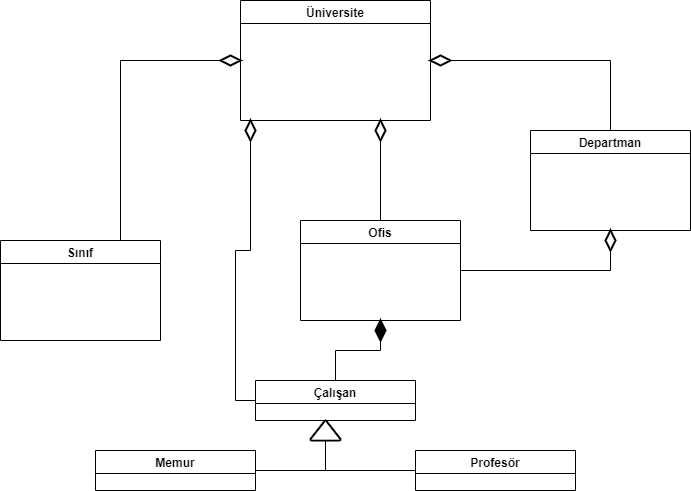
Before: UML Diyagram/Üniversite Diyagram.png, a diagram exported from draw.io (FatihAydinn/Patika-C-101). Source tidied: cells renumbered, new cells last; positions are measured from the earlier drawing's top-left corner, leaving out a move shared by most shapes. Source of this version:
```xml
<mxGraphModel background="#ffffff">
  <root>
    <mxCell id="0" />
    <mxCell id="1" parent="0" />
    <mxCell id="2" value="Üniversite" style="swimlane;" parent="1" vertex="1">
      <mxGeometry x="240" width="190" height="120" as="geometry" />
    </mxCell>
    <mxCell id="3" style="edgeStyle=orthogonalEdgeStyle;jettySize=auto;html=1;entryX=0;entryY=0.5;entryDx=0;entryDy=0;rounded=0;" parent="1" edge="1" source="4" target="2">
      <mxGeometry relative="1" as="geometry">
        <Array as="points">
          <mxPoint x="120" y="60" />
        </Array>
      </mxGeometry>
    </mxCell>
    <mxCell id="4" value="Sınıf" style="swimlane;" parent="1" vertex="1">
      <mxGeometry y="240" width="160" height="100" as="geometry" />
    </mxCell>
    <mxCell id="5" style="edgeStyle=orthogonalEdgeStyle;rounded=0;jettySize=auto;html=1;entryX=0.5;entryY=1;entryDx=0;entryDy=0;" parent="1" edge="1" source="7" target="8">
      <mxGeometry relative="1" as="geometry" />
    </mxCell>
    <mxCell id="6" style="edgeStyle=orthogonalEdgeStyle;rounded=0;jettySize=auto;html=1;strokeColor=default;" parent="1" edge="1" source="7">
      <mxGeometry relative="1" as="geometry">
        <mxPoint x="380" y="120" as="targetPoint" />
      </mxGeometry>
    </mxCell>
    <mxCell id="7" value="Ofis" style="swimlane;" parent="1" vertex="1">
      <mxGeometry x="300" y="220" width="160" height="100" as="geometry" />
    </mxCell>
    <mxCell id="8" value="Departman" style="swimlane;" parent="1" vertex="1">
      <mxGeometry x="530" y="130" width="160" height="100" as="geometry" />
    </mxCell>
    <mxCell id="9" style="edgeStyle=orthogonalEdgeStyle;rounded=0;jettySize=auto;html=1;entryX=0.5;entryY=1;entryDx=0;entryDy=0;" parent="1" edge="1" source="11" target="7">
      <mxGeometry relative="1" as="geometry" />
    </mxCell>
    <mxCell id="10" style="edgeStyle=orthogonalEdgeStyle;rounded=0;jettySize=auto;html=1;" parent="1" edge="1" source="11">
      <mxGeometry relative="1" as="geometry">
        <mxPoint x="250" y="120" as="targetPoint" />
        <Array as="points">
          <mxPoint x="235" y="400" />
          <mxPoint x="235" y="250" />
          <mxPoint x="250" y="250" />
        </Array>
      </mxGeometry>
    </mxCell>
    <mxCell id="11" value="Çalışan" style="swimlane;" parent="1" vertex="1">
      <mxGeometry x="255" y="380" width="160" height="40" as="geometry" />
    </mxCell>
    <mxCell id="12" style="strokeWidth=2;html=1;shape=mxgraph.flowchart.decision;whiteSpace=wrap;" parent="1" vertex="1">
      <mxGeometry x="220" y="55" width="20" height="10" as="geometry" />
    </mxCell>
    <mxCell id="13" style="edgeStyle=orthogonalEdgeStyle;rounded=0;jettySize=auto;html=1;entryX=1;entryY=0.5;entryDx=0;entryDy=0;endArrow=none;" parent="1" edge="1" source="8">
      <mxGeometry relative="1" as="geometry">
        <mxPoint x="450" y="60" as="targetPoint" />
        <Array as="points">
          <mxPoint x="610" y="60" />
        </Array>
      </mxGeometry>
    </mxCell>
    <mxCell id="14" style="strokeWidth=2;html=1;shape=mxgraph.flowchart.decision;whiteSpace=wrap;direction=north;fillColor=#FFFFFF;" parent="1" vertex="1">
      <mxGeometry x="605" y="230" width="10" height="20" as="geometry" />
    </mxCell>
    <mxCell id="15" style="strokeWidth=2;html=1;shape=mxgraph.flowchart.decision;whiteSpace=wrap;" parent="1" vertex="1">
      <mxGeometry x="430" y="55" width="20" height="10" as="geometry" />
    </mxCell>
    <mxCell id="16" style="strokeWidth=2;html=1;shape=mxgraph.flowchart.decision;whiteSpace=wrap;direction=north;" parent="1" vertex="1">
      <mxGeometry x="245" y="120" width="10" height="20" as="geometry" />
    </mxCell>
    <mxCell id="17" style="strokeWidth=2;html=1;shape=mxgraph.flowchart.decision;whiteSpace=wrap;direction=north;fillColor=#000000;" parent="1" vertex="1">
      <mxGeometry x="375" y="320" width="10" height="20" as="geometry" />
    </mxCell>
    <mxCell id="18" style="edgeStyle=orthogonalEdgeStyle;rounded=0;jettySize=auto;html=1;strokeColor=default;" parent="1" edge="1" source="19">
      <mxGeometry relative="1" as="geometry">
        <mxPoint x="325" y="420" as="targetPoint" />
      </mxGeometry>
    </mxCell>
    <mxCell id="19" value="Memur" style="swimlane;" parent="1" vertex="1">
      <mxGeometry x="95" y="450" width="160" height="40" as="geometry" />
    </mxCell>
    <mxCell id="20" style="edgeStyle=orthogonalEdgeStyle;rounded=0;jettySize=auto;html=1;strokeColor=default;" parent="1" edge="1" source="21">
      <mxGeometry relative="1" as="geometry">
        <mxPoint x="325" y="420" as="targetPoint" />
        <Array as="points">
          <mxPoint x="325" y="470" />
        </Array>
      </mxGeometry>
    </mxCell>
    <mxCell id="21" value="Profesör" style="swimlane;" parent="1" vertex="1">
      <mxGeometry x="415" y="450" width="160" height="40" as="geometry" />
    </mxCell>
    <mxCell id="22" style="strokeWidth=2;html=1;shape=mxgraph.flowchart.decision;whiteSpace=wrap;direction=north;" parent="1" vertex="1">
      <mxGeometry x="375" y="120" width="10" height="20" as="geometry" />
    </mxCell>
    <mxCell id="23" style="strokeWidth=2;html=1;shape=mxgraph.flowchart.extract_or_measurement;whiteSpace=wrap;strokeColor=#000000;fillColor=#FFFFFF;" parent="1" vertex="1">
      <mxGeometry x="310" y="420" width="30" height="20" as="geometry" />
    </mxCell>
  </root>
</mxGraphModel>
```
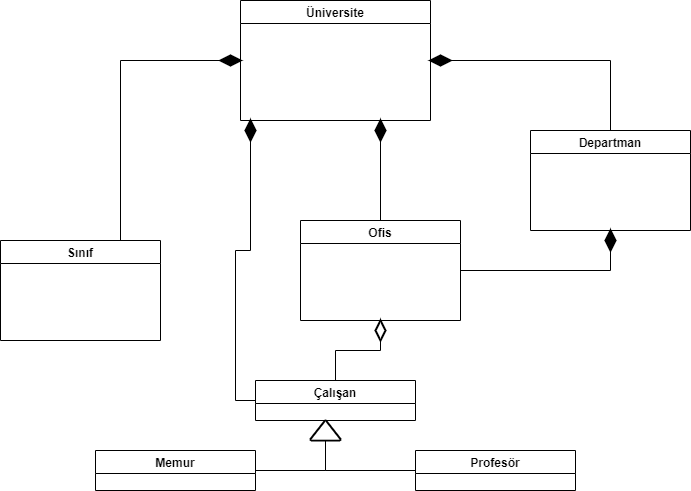
After the change.

Diff of the diagram source:
```diff
@@ -45,7 +45,7 @@
     <mxCell id="11" value="Çalışan" style="swimlane;" parent="1" vertex="1">
       <mxGeometry x="255" y="380" width="160" height="40" as="geometry" />
     </mxCell>
-    <mxCell id="12" style="strokeWidth=2;html=1;shape=mxgraph.flowchart.decision;whiteSpace=wrap;" parent="1" vertex="1">
+    <mxCell id="12" style="strokeWidth=2;html=1;shape=mxgraph.flowchart.decision;whiteSpace=wrap;fillColor=#000000;" parent="1" vertex="1">
       <mxGeometry x="220" y="55" width="20" height="10" as="geometry" />
     </mxCell>
     <mxCell id="13" style="edgeStyle=orthogonalEdgeStyle;rounded=0;jettySize=auto;html=1;entryX=1;entryY=0.5;entryDx=0;entryDy=0;endArrow=none;" parent="1" edge="1" source="8">
@@ -56,16 +56,16 @@
         </Array>
       </mxGeometry>
     </mxCell>
-    <mxCell id="14" style="strokeWidth=2;html=1;shape=mxgraph.flowchart.decision;whiteSpace=wrap;direction=north;fillColor=#FFFFFF;" parent="1" vertex="1">
+    <mxCell id="14" style="strokeWidth=2;html=1;shape=mxgraph.flowchart.decision;whiteSpace=wrap;direction=north;fillColor=#000000;" parent="1" vertex="1">
       <mxGeometry x="605" y="230" width="10" height="20" as="geometry" />
     </mxCell>
-    <mxCell id="15" style="strokeWidth=2;html=1;shape=mxgraph.flowchart.decision;whiteSpace=wrap;" parent="1" vertex="1">
+    <mxCell id="15" style="strokeWidth=2;html=1;shape=mxgraph.flowchart.decision;whiteSpace=wrap;fillColor=#000000;" parent="1" vertex="1">
       <mxGeometry x="430" y="55" width="20" height="10" as="geometry" />
     </mxCell>
-    <mxCell id="16" style="strokeWidth=2;html=1;shape=mxgraph.flowchart.decision;whiteSpace=wrap;direction=north;" parent="1" vertex="1">
+    <mxCell id="16" style="strokeWidth=2;html=1;shape=mxgraph.flowchart.decision;whiteSpace=wrap;direction=north;fillColor=#000000;" parent="1" vertex="1">
       <mxGeometry x="245" y="120" width="10" height="20" as="geometry" />
     </mxCell>
-    <mxCell id="17" style="strokeWidth=2;html=1;shape=mxgraph.flowchart.decision;whiteSpace=wrap;direction=north;fillColor=#000000;" parent="1" vertex="1">
+    <mxCell id="17" style="strokeWidth=2;html=1;shape=mxgraph.flowchart.decision;whiteSpace=wrap;direction=north;fillColor=#FFFFFF;" parent="1" vertex="1">
       <mxGeometry x="375" y="320" width="10" height="20" as="geometry" />
     </mxCell>
     <mxCell id="18" style="edgeStyle=orthogonalEdgeStyle;rounded=0;jettySize=auto;html=1;strokeColor=default;" parent="1" edge="1" source="19">
@@ -87,7 +87,7 @@
     <mxCell id="21" value="Profesör" style="swimlane;" parent="1" vertex="1">
       <mxGeometry x="415" y="450" width="160" height="40" as="geometry" />
     </mxCell>
-    <mxCell id="22" style="strokeWidth=2;html=1;shape=mxgraph.flowchart.decision;whiteSpace=wrap;direction=north;" parent="1" vertex="1">
+    <mxCell id="22" style="strokeWidth=2;html=1;shape=mxgraph.flowchart.decision;whiteSpace=wrap;direction=north;fillColor=#000000;" parent="1" vertex="1">
       <mxGeometry x="375" y="120" width="10" height="20" as="geometry" />
     </mxCell>
     <mxCell id="23" style="strokeWidth=2;html=1;shape=mxgraph.flowchart.extract_or_measurement;whiteSpace=wrap;strokeColor=#000000;fillColor=#FFFFFF;" parent="1" vertex="1">
```
